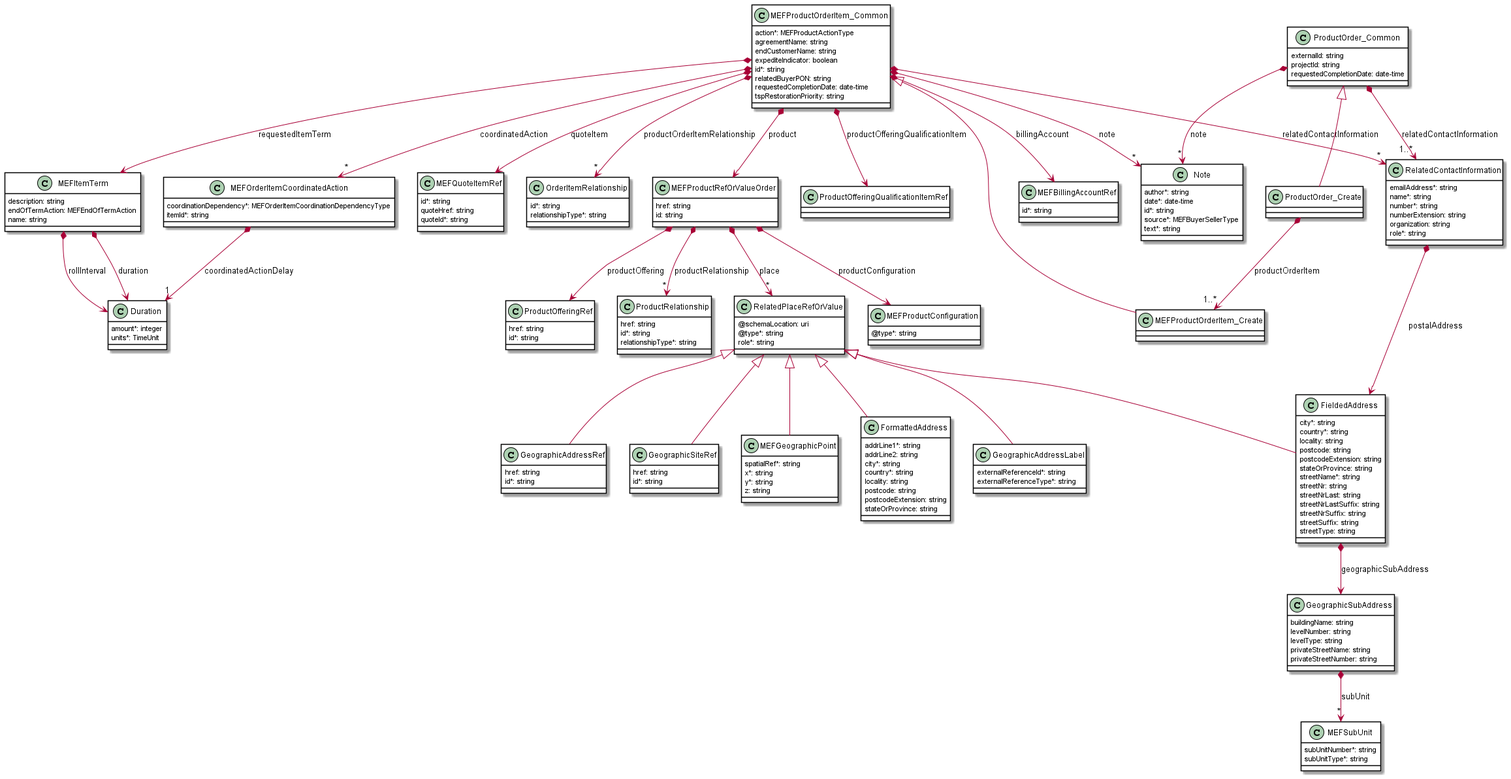
This is documentation/productApi/order/media/productOrderCreateModel.png from MEF-GIT/MEF-LSO-Sonata-SDK, a PlantUML export, as it was before one commit.
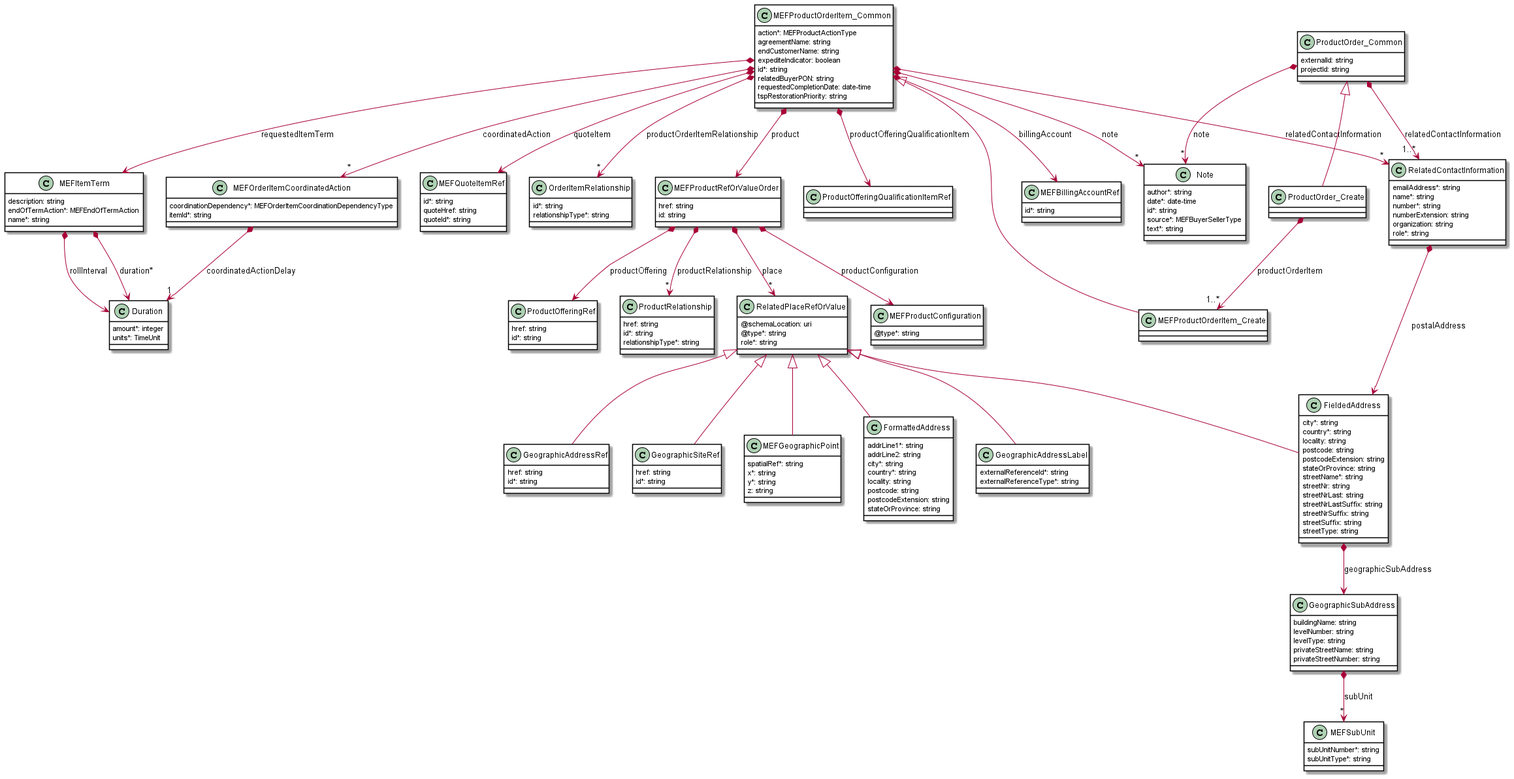
After the change.

Change to the diagram source:
```diff
@@ -98,11 +98,11 @@
 class MEFItemTerm {
 
     description: string
-    endOfTermAction: MEFEndOfTermAction
-    name: string
+    endOfTermAction*: MEFEndOfTermAction
+    name*: string
 }
 
-MEFItemTerm *--> Duration : duration
+MEFItemTerm *--> Duration : duration*
 MEFItemTerm *--> Duration : rollInterval
 
 
@@ -217,7 +217,6 @@
 
     externalId: string
     projectId: string
-    requestedCompletionDate: date-time
 }
 
 ProductOrder_Common *-->"*" Note : note
```
